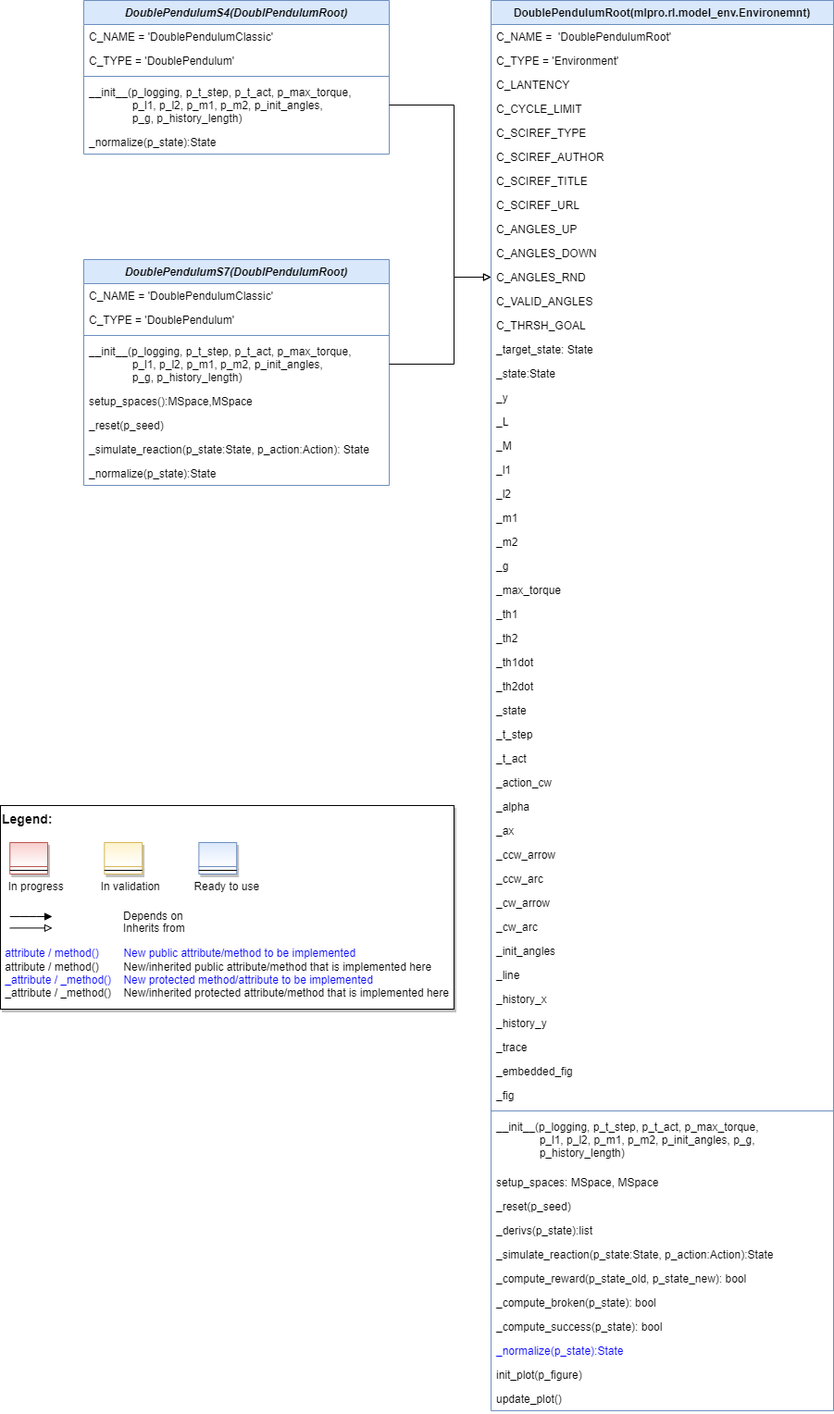
fhswf/MLPro keeps this draw.io diagram as doc/rtd/content/append2/pool/rl/images/MPro-RL-DoublePendulum-class-diagram.drawio.png. Above is the earlier version. Source tidied: cells renumbered, new cells last; positions are measured from the earlier drawing's top-left corner, leaving out a move shared by most shapes.
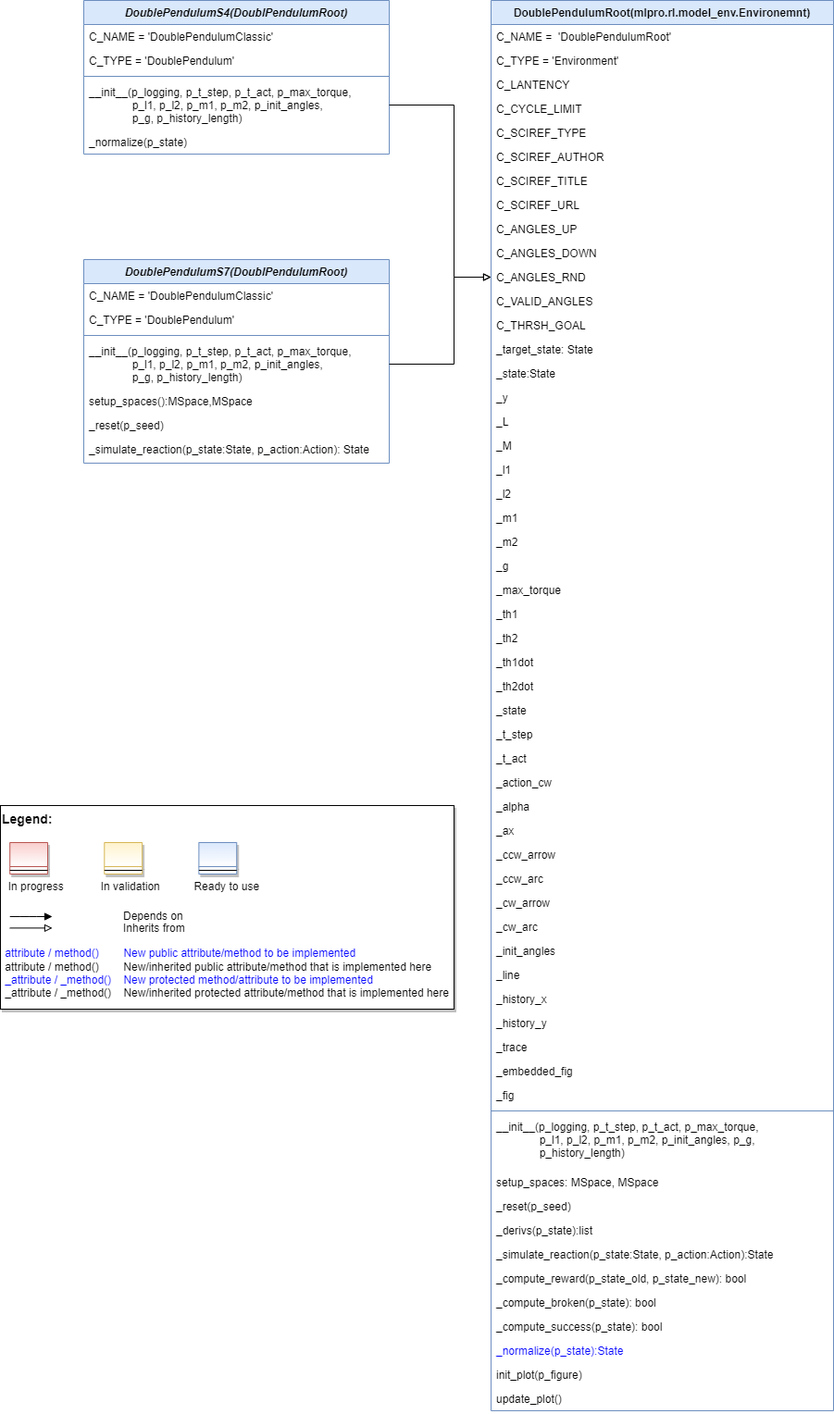
After the commit.

Change to the diagram source:
```diff
@@ -177,7 +177,7 @@
       <mxGeometry y="1498" width="370" height="26" as="geometry" />
     </mxCell>
     <mxCell id="60" value="DoublePendulumS7(DoublPendulumRoot)" style="swimlane;fontStyle=3;align=center;verticalAlign=top;horizontal=1;startSize=26;rounded=0;shadow=0;strokeWidth=1;fillColor=#dae8fc;strokeColor=#6c8ebf;" parent="1" vertex="1">
-      <mxGeometry x="90" y="280" width="330" height="244" as="geometry" />
+      <mxGeometry x="90" y="280" width="330" height="220" as="geometry" />
     </mxCell>
     <mxCell id="61" value="C_NAME = 'DoublePendulumClassic'" style="text;align=left;verticalAlign=top;spacingLeft=4;spacingRight=4;overflow=hidden;" parent="60" vertex="1">
       <mxGeometry y="26" width="330" height="26" as="geometry" />
@@ -200,9 +200,6 @@
     <mxCell id="67" value="_simulate_reaction(p_state:State, p_action:Action): State" style="text;align=left;verticalAlign=top;spacingLeft=4;spacingRight=4;overflow=hidden;" parent="60" vertex="1">
       <mxGeometry y="192" width="330" height="26" as="geometry" />
     </mxCell>
-    <mxCell id="68" value="_normalize(p_state):State" style="text;align=left;verticalAlign=top;spacingLeft=4;spacingRight=4;overflow=hidden;" parent="60" vertex="1">
-      <mxGeometry y="218" width="330" height="26" as="geometry" />
-    </mxCell>
     <mxCell id="69" style="group;" parent="1" vertex="1">
       <mxGeometry y="870" width="490" height="220" as="geometry" />
     </mxCell>
@@ -259,7 +256,7 @@
     <mxCell id="83" value="__init__(p_logging, p_t_step, p_t_act, p_max_torque, &#10;              p_l1, p_l2, p_m1, p_m2, p_init_angles, &#10;              p_g, p_history_length)" style="text;align=left;verticalAlign=top;spacingLeft=4;spacingRight=4;overflow=hidden;points=[[0,0.5],[1,0.5]];portConstraint=eastwest;" parent="79" vertex="1">
       <mxGeometry y="86" width="330" height="54" as="geometry" />
     </mxCell>
-    <mxCell id="84" value="_normalize(p_state):State" style="text;align=left;verticalAlign=top;spacingLeft=4;spacingRight=4;overflow=hidden;" parent="79" vertex="1">
+    <mxCell id="84" value="_normalize(p_state)" style="text;align=left;verticalAlign=top;spacingLeft=4;spacingRight=4;overflow=hidden;" parent="79" vertex="1">
       <mxGeometry y="140" width="330" height="26" as="geometry" />
     </mxCell>
     <mxCell id="85" style="edgeStyle=orthogonalEdgeStyle;rounded=0;jettySize=auto;html=1;endArrow=block;endFill=0;entryX=0;entryY=0.5;entryDx=0;entryDy=0;" parent="1" edge="1" source="64" target="13">
```
